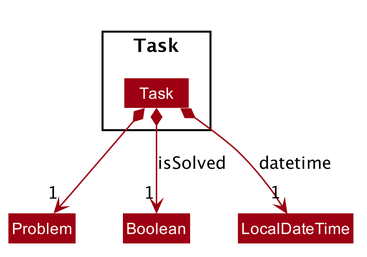
The PlantUML diagram docs/images/design/model/TaskPackageDiagram.png in nus-cs2103-AY1920S1/addressbook-level3, before a commit. Source of this version:
```plantuml
@startuml








skinparam BackgroundColor #FFFFFFF

skinparam Shadowing false

skinparam Class {
    FontColor #FFFFFF
    BorderThickness 1
    BorderColor #FFFFFF
    StereotypeFontColor #FFFFFF
    FontName Arial
}

skinparam Actor {
    BorderColor #000000
    Color #000000
    FontName Arial
}

skinparam Sequence {
    MessageAlign center
    BoxFontSize 15
    BoxPadding 0
    BoxFontColor #FFFFFF
    FontName Arial
}

skinparam Participant {
    FontColor #FFFFFFF
    Padding 20
}

skinparam MinClassWidth 50
skinparam ParticipantPadding 10
skinparam Shadowing false
skinparam DefaultTextAlignment center
skinparam packageStyle Rectangle

hide footbox
hide members
hide circle
skinparam arrowThickness 1.1
skinparam arrowColor #9D0012
skinparam classBackgroundColor #9D0012

show <<enumeration>> fields

Package Task {
    Class Task
}

Task *--> "1" Problem
Task *--> "1" Boolean : isSolved
Task *--> "1" LocalDateTime : datetime

@enduml
```
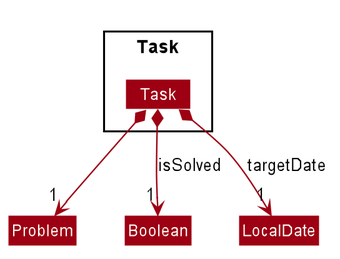
The same diagram one commit later.

Change to the diagram source:
```diff
@@ -1,4 +1,5 @@
 @startuml
+
 
 
 
@@ -59,6 +60,6 @@
 
 Task *--> "1" Problem
 Task *--> "1" Boolean : isSolved
-Task *--> "1" LocalDateTime : datetime
+Task *--> "1" LocalDate : targetDate
 
 @enduml
```
